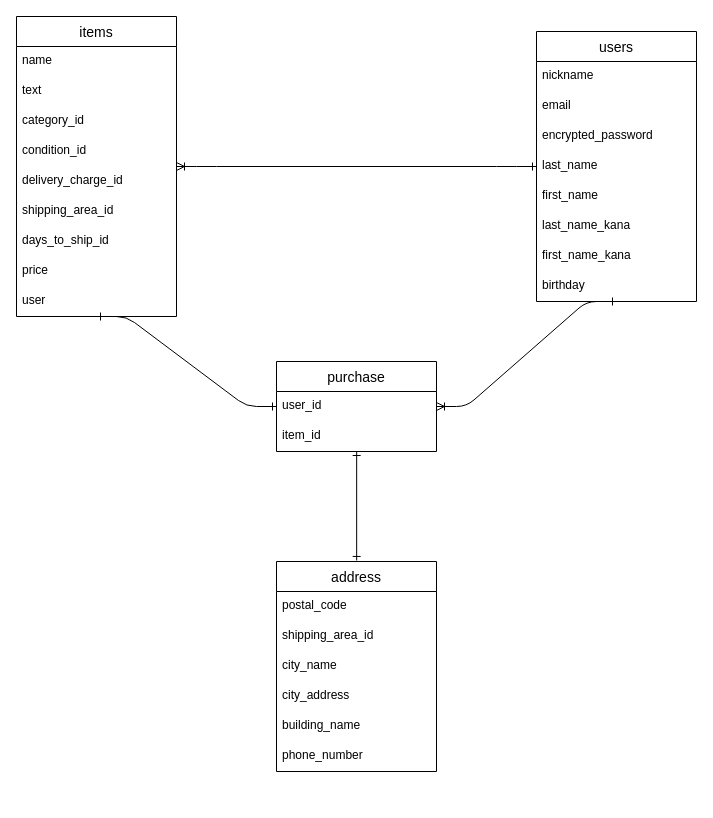
Above: DB設計_ER図.dio in cony-k-m90/furima-32879 (draw.io), before the change. Source tidied: cells renumbered, new cells numbered last; positions are measured from the earlier drawing's top-left corner, leaving out a move shared by most shapes. Both pictures are drawn from the tidied source at 100%, with x=0, y=0 at pixel (16, 16).
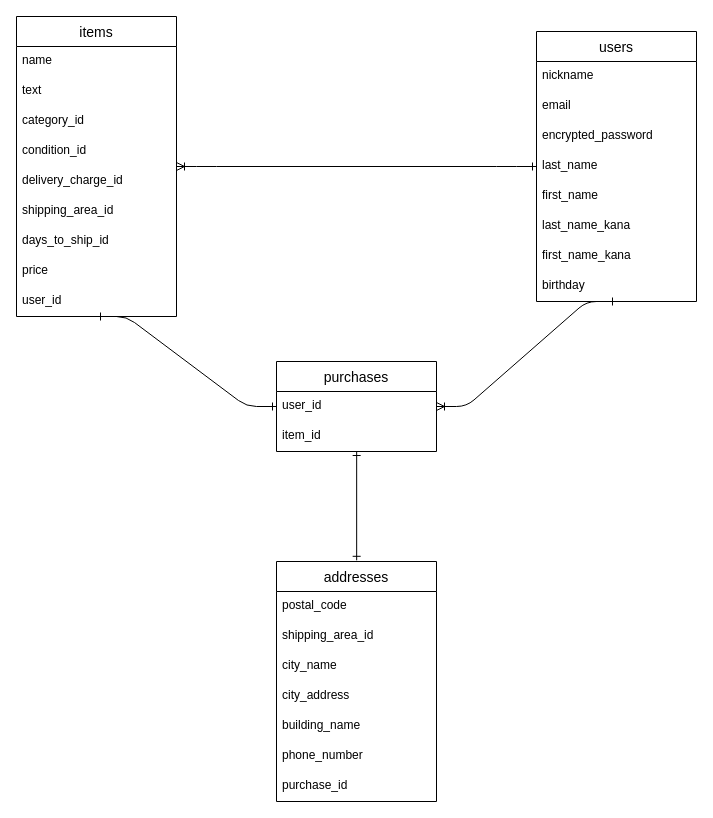
After the change.

Commit message:
プルリクエストのレビュー後修正_4

Unchanged cells that the change refers to:
```xml
<mxCell id="11" value="items" style="swimlane;fontStyle=0;horizontal=1;startSize=30;align=center;fontSize=14;" parent="1" vertex="1">
  <mxGeometry width="160" height="300" as="geometry" />
</mxCell>
```

Diff of the diagram source:
```diff
@@
-    <mxCell id="20" value="user" style="text;strokeColor=none;fillColor=none;spacingLeft=4;spacingRight=4;overflow=hidden;points=[[0,0.5],[1,0.5]];portConstraint=eastwest;fontSize=12;" parent="11" vertex="1">
+    <mxCell id="20" value="user_id" style="text;strokeColor=none;fillColor=none;spacingLeft=4;spacingRight=4;overflow=hidden;points=[[0,0.5],[1,0.5]];portConstraint=eastwest;fontSize=12;" parent="11" vertex="1">
       <mxGeometry y="270" width="160" height="30" as="geometry" />
     </mxCell>
-    <mxCell id="21" value="purchase" style="swimlane;fontStyle=0;horizontal=1;startSize=30;align=center;fontSize=14;" parent="1" vertex="1">
+    <mxCell id="21" value="purchases" style="swimlane;fontStyle=0;horizontal=1;startSize=30;align=center;fontSize=14;" parent="1" vertex="1">
       <mxGeometry x="260" y="345" width="160" height="90" as="geometry" />
     </mxCell>
@@
-    <mxCell id="24" value="address" style="swimlane;fontStyle=0;horizontal=1;startSize=30;align=center;fontSize=14;" parent="1" vertex="1">
-      <mxGeometry x="260" y="545" width="160" height="210" as="geometry" />
+    <mxCell id="24" value="addresses" style="swimlane;fontStyle=0;horizontal=1;startSize=30;align=center;fontSize=14;" parent="1" vertex="1">
+      <mxGeometry x="260" y="545" width="160" height="240" as="geometry" />
     </mxCell>
@@
+    <mxCell id="35" value="purchase_id" style="text;strokeColor=none;fillColor=none;spacingLeft=4;spacingRight=4;overflow=hidden;fontSize=12;" parent="24" vertex="1">
+      <mxGeometry y="210" width="160" height="30" as="geometry" />
+    </mxCell>
```
